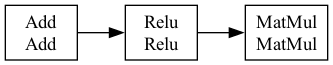
This is graph.png from PetrZharkikh/tensor_compiler, a Graphviz export, as it was before one commit. Its source is kept beside it as graph.dot.
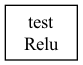
Above is the later version.

Commit message:
Implemented onnx->graph for some simple operations

Change to the diagram source:
```diff
@@ -1,9 +1,5 @@
 digraph G {
 rankdir=LR;
 node [shape=box];
- "Add" [label="Add\nAdd"];
- "Relu" [label="Relu\nRelu"];
- "MatMul" [label="MatMul\nMatMul"];
-  "Add" -> "Relu";
-  "Relu" -> "MatMul";
+ "test" [label="test\nRelu"];
 }
```
